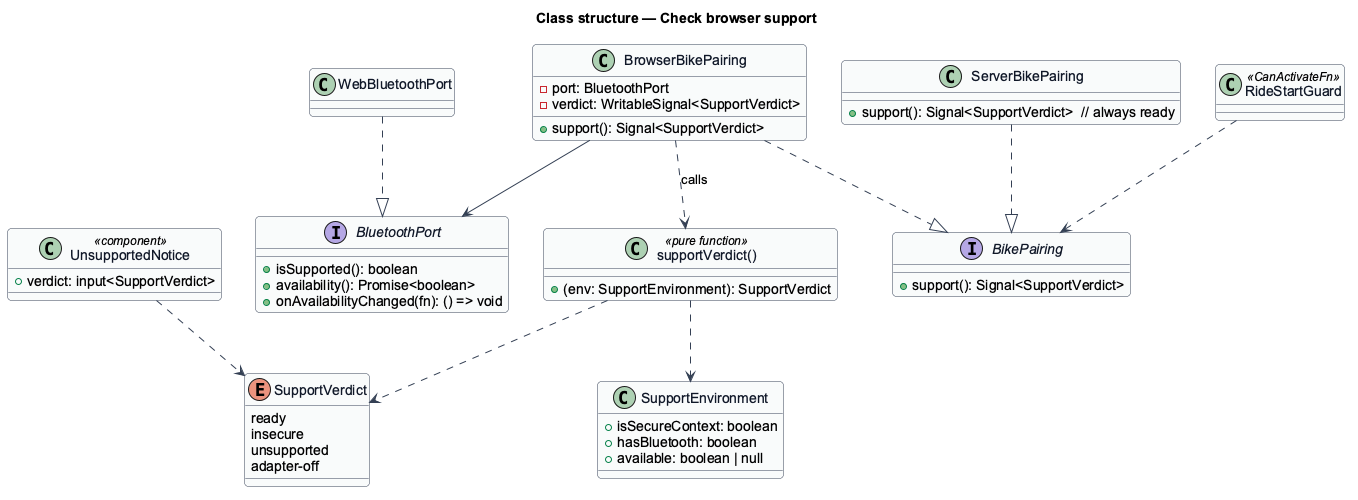
The PlantUML diagram docs/detailed-designs/browser-edition/check-browser-support/diagrams/class-structure.png in QuinntyneBrown/ride-one, before a commit. The source it was exported from:
```plantuml
@startuml
skinparam backgroundColor #FFFFFF
skinparam shadowing false
skinparam roundcorner 8
skinparam defaultFontName Arial
skinparam ArrowColor #344054
skinparam class {
  BorderColor #344054
  FontColor #101828
  BackgroundColor #F9FAFB
}
title Class structure — Check browser support

enum SupportVerdict {
  ready
  insecure
  unsupported
  adapter-off
}
class SupportEnvironment {
  +isSecureContext: boolean
  +hasBluetooth: boolean
  +available: boolean | null
}
class "supportVerdict()" as fn <<pure function>> {
  +(env: SupportEnvironment): SupportVerdict
}
interface BluetoothPort {
  +isSupported(): boolean
  +availability(): Promise<boolean>
  +onAvailabilityChanged(fn): () => void
}
class WebBluetoothPort
interface BikePairing {
  +support(): Signal<SupportVerdict>
}
class BrowserBikePairing {
  -port: BluetoothPort
  -verdict: WritableSignal<SupportVerdict>
  +support(): Signal<SupportVerdict>
}
class ServerBikePairing {
  +support(): Signal<SupportVerdict>  // always ready
}
class UnsupportedNotice <<component>> {
  +verdict: input<SupportVerdict>
}
class RideStartGuard <<CanActivateFn>>

WebBluetoothPort ..|> BluetoothPort
BrowserBikePairing ..|> BikePairing
ServerBikePairing ..|> BikePairing
BrowserBikePairing --> BluetoothPort
BrowserBikePairing ..> fn : calls
fn ..> SupportEnvironment
fn ..> SupportVerdict
RideStartGuard ..> BikePairing
UnsupportedNotice ..> SupportVerdict
@enduml
```
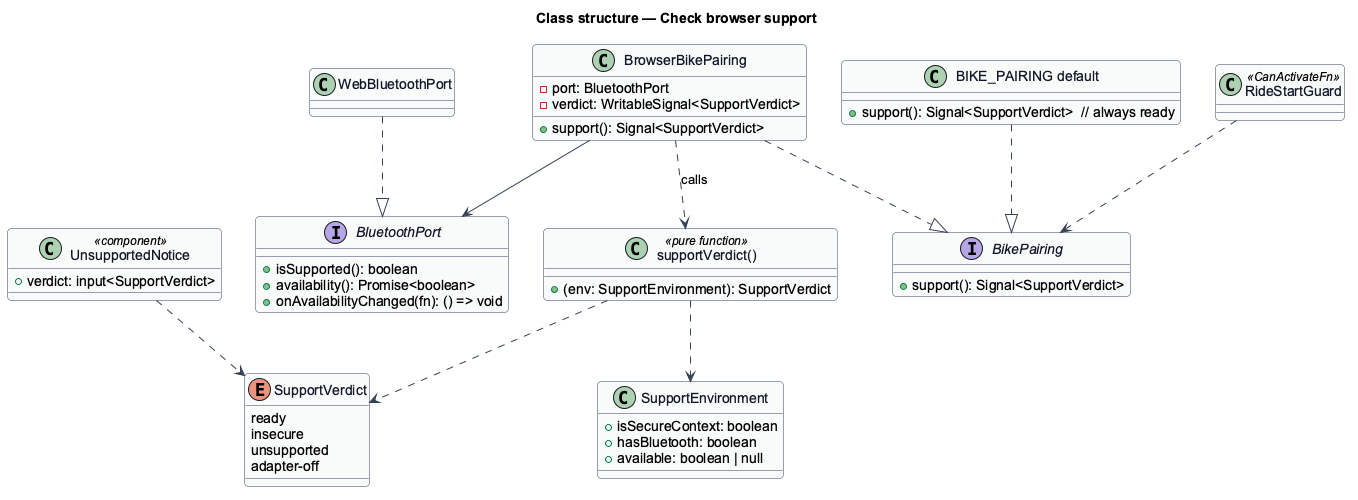
The same file after the commit.

Change to the diagram source:
```diff
@@ -39,7 +39,7 @@
   -verdict: WritableSignal<SupportVerdict>
   +support(): Signal<SupportVerdict>
 }
-class ServerBikePairing {
+class "BIKE_PAIRING default" as ServerBikePairing {
   +support(): Signal<SupportVerdict>  // always ready
 }
 class UnsupportedNotice <<component>> {
```
